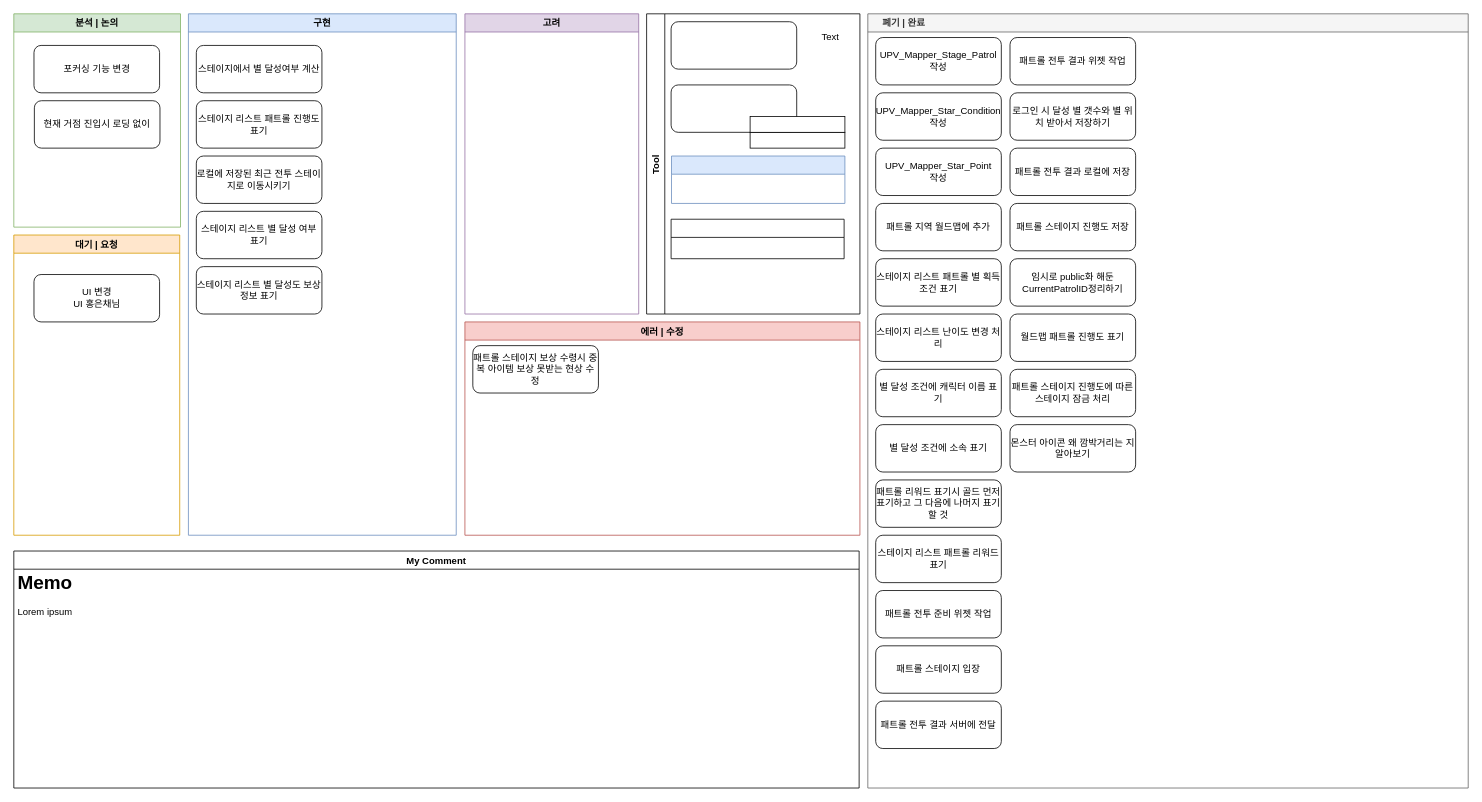
Above: 반복 스테이지 진행상황.drawio in Endorr/Job-Board (draw.io), before the change. Source tidied: cells renumbered, new cells numbered last; positions are measured from the earlier drawing's top-left corner, leaving out a move shared by most shapes. Both pictures are drawn from the tidied source at 79%, with x=0, y=0 at pixel (13, 13).
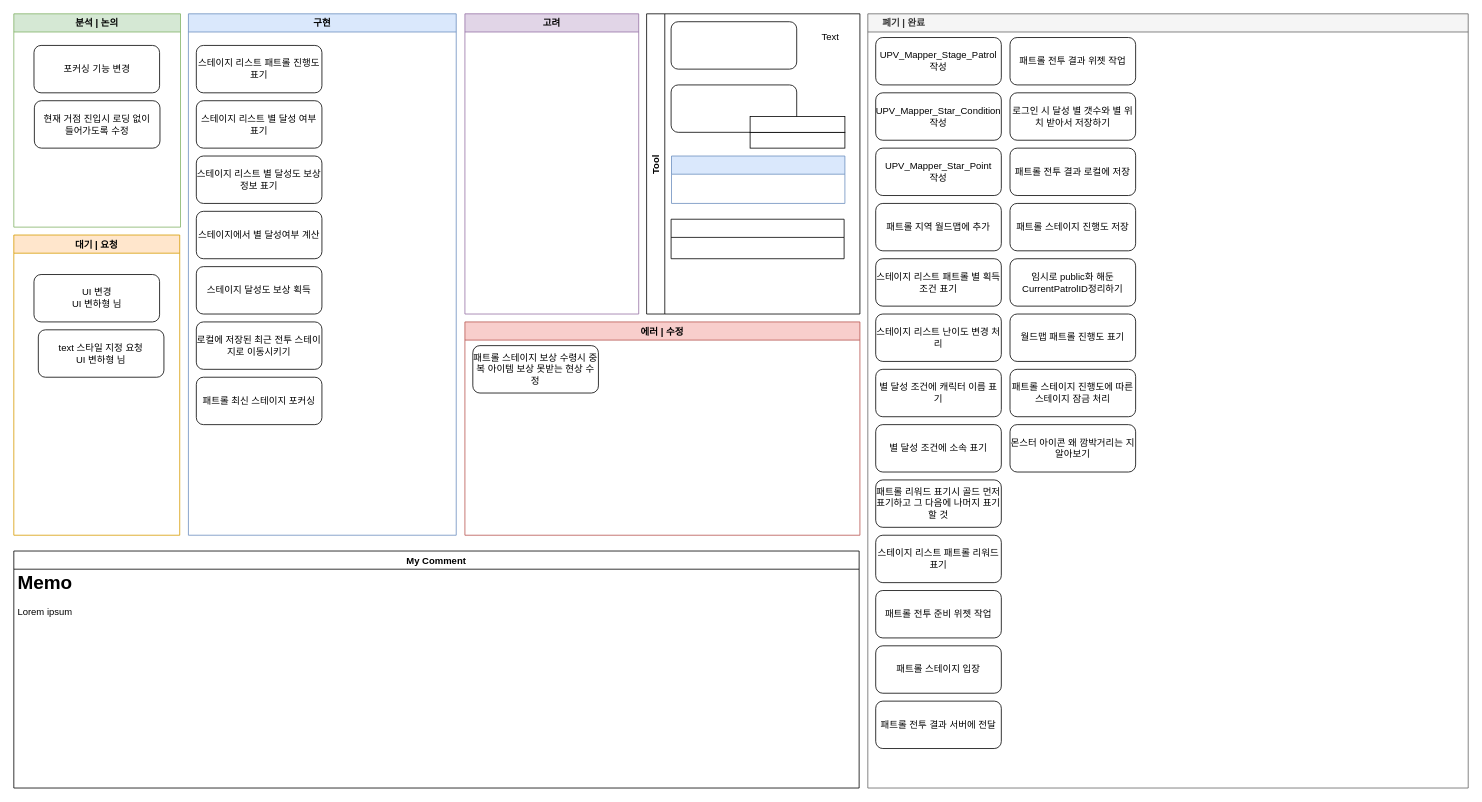
The same diagram, later.

Commit message:
Update 반복 스테이지 진행상황.drawio

Unchanged cells that the change refers to:
```xml
<mxCell id="2" value="구현" style="swimlane;fillColor=#dae8fc;strokeColor=#6c8ebf;" parent="1" vertex="1">
  <mxGeometry x="221" width="339" height="660" as="geometry" />
</mxCell>
<mxCell id="8" value="분석 | 논의" style="swimlane;strokeColor=#82b366;fillColor=#D5E8D4;" parent="1" vertex="1">
  <mxGeometry width="211" height="270" as="geometry" />
</mxCell>
<mxCell id="12" value="대기 | 요청" style="swimlane;strokeColor=#d79b00;fillColor=#ffe6cc;" parent="1" vertex="1">
  <mxGeometry y="280" width="210" height="380" as="geometry" />
</mxCell>
```

Change to the diagram source:
```diff
@@
     <mxCell id="3" value="스테이지 리스트 패트롤 진행도 표기" style="rounded=1;whiteSpace=wrap;html=1;" parent="2" vertex="1">
-      <mxGeometry x="10" y="110" width="159" height="60" as="geometry" />
+      <mxGeometry x="10" y="40" width="159" height="60" as="geometry" />
     </mxCell>
     <mxCell id="4" value="로컬에 저장된 최근 전투 스테이지로 이동시키기" style="rounded=1;whiteSpace=wrap;html=1;" parent="2" vertex="1">
-      <mxGeometry x="10" y="180" width="159" height="60" as="geometry" />
+      <mxGeometry x="10" y="390" width="159" height="60" as="geometry" />
     </mxCell>
     <mxCell id="5" value="스테이지에서 별 달성여부 계산" style="rounded=1;whiteSpace=wrap;html=1;" parent="2" vertex="1">
-      <mxGeometry x="10" y="40" width="159" height="60" as="geometry" />
+      <mxGeometry x="10" y="250" width="159" height="60" as="geometry" />
     </mxCell>
     <mxCell id="6" value="스테이지 리스트 별 달성 여부 표기" style="rounded=1;whiteSpace=wrap;html=1;" parent="2" vertex="1">
-      <mxGeometry x="10" y="250" width="159" height="60" as="geometry" />
+      <mxGeometry x="10" y="110" width="159" height="60" as="geometry" />
     </mxCell>
     <mxCell id="7" value="스테이지 리스트 별 달성도 보상 정보 표기" style="rounded=1;whiteSpace=wrap;html=1;" parent="2" vertex="1">
-      <mxGeometry x="10" y="320" width="159" height="60" as="geometry" />
+      <mxGeometry x="10" y="180" width="159" height="60" as="geometry" />
     </mxCell>
+    <mxCell id="49" value="스테이지 달성도 보상 획득" style="rounded=1;whiteSpace=wrap;html=1;" parent="2" vertex="1">
+      <mxGeometry x="10" y="320" width="159" height="60" as="geometry" />
+    </mxCell>
+    <mxCell id="50" value="패트롤 최신 스테이지 포커싱" style="rounded=1;whiteSpace=wrap;html=1;" parent="2" vertex="1">
+      <mxGeometry x="10" y="460" width="159" height="60" as="geometry" />
+    </mxCell>
@@
-    <mxCell id="10" value="현재 거점 진입시 로딩 없이" style="rounded=1;whiteSpace=wrap;html=1;" parent="8" vertex="1">
+    <mxCell id="10" value="현재 거점 진입시 로딩 없이&lt;br&gt;들어가도록 수정" style="rounded=1;whiteSpace=wrap;html=1;" parent="8" vertex="1">
       <mxGeometry x="26" y="110" width="159" height="60" as="geometry" />
     </mxCell>
@@
-    <mxCell id="13" value="UI 변경&lt;br&gt;UI 홍은채님" style="rounded=1;whiteSpace=wrap;html=1;" parent="12" vertex="1">
+    <mxCell id="13" value="UI 변경&lt;br&gt;UI 변하형 님" style="rounded=1;whiteSpace=wrap;html=1;" parent="12" vertex="1">
       <mxGeometry x="25.5" y="50" width="159" height="60" as="geometry" />
     </mxCell>
+    <mxCell id="51" value="text 스타일 지정 요청&lt;br&gt;UI 변하형 님" style="rounded=1;whiteSpace=wrap;html=1;" parent="12" vertex="1">
+      <mxGeometry x="31" y="120" width="159" height="60" as="geometry" />
+    </mxCell>
```
